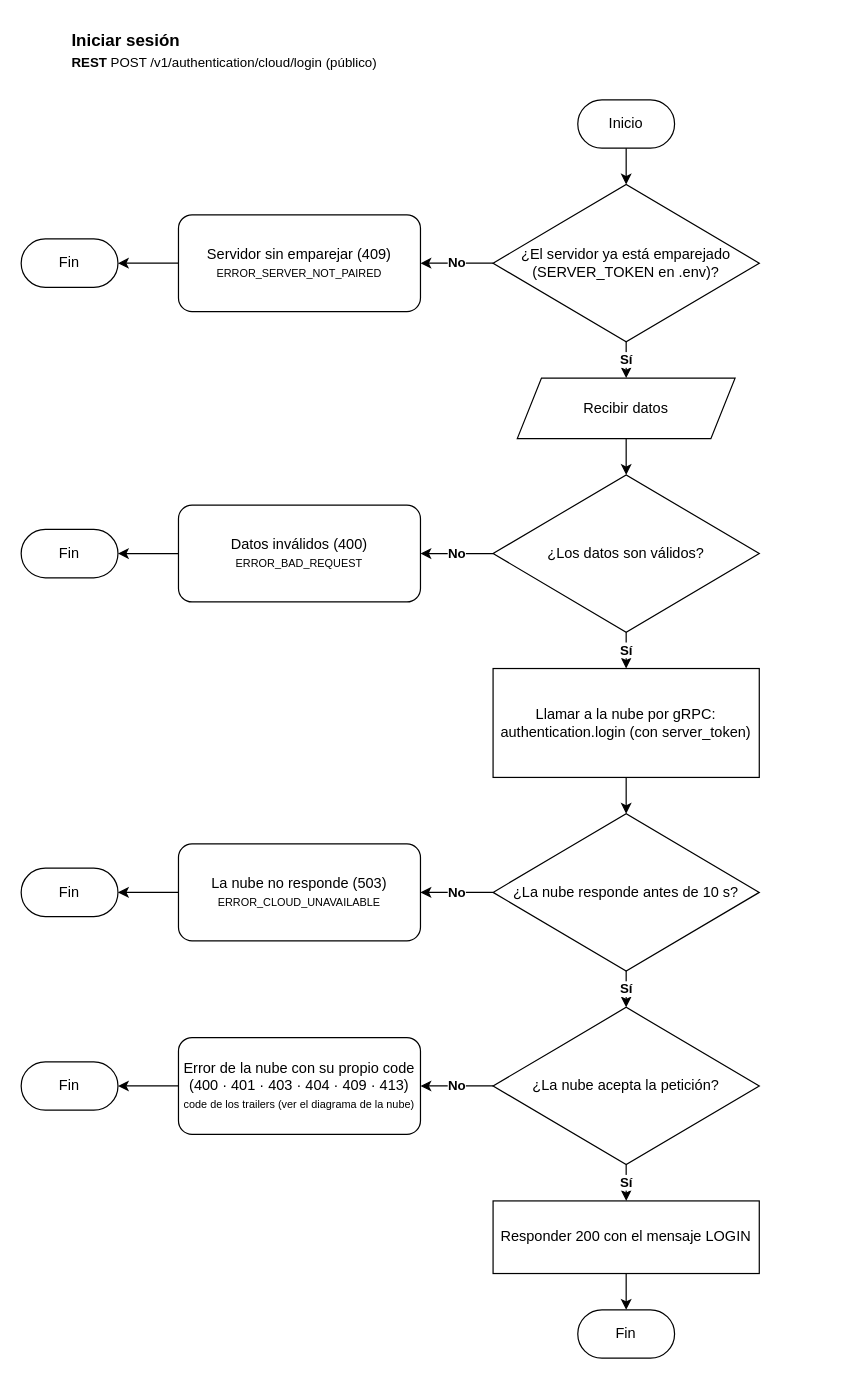
Earlier version of the draw.io diagram documents/diagrams/workflows/authentication/cloud/login.drawio (Andry510/miyabi-restaurant-server). Source tidied: cells renumbered, new cells numbered last; positions are measured from the earlier drawing's top-left corner, leaving out a move shared by most shapes. Both pictures are drawn from the tidied source at 121%, with x=0, y=0 at pixel (21, 21).
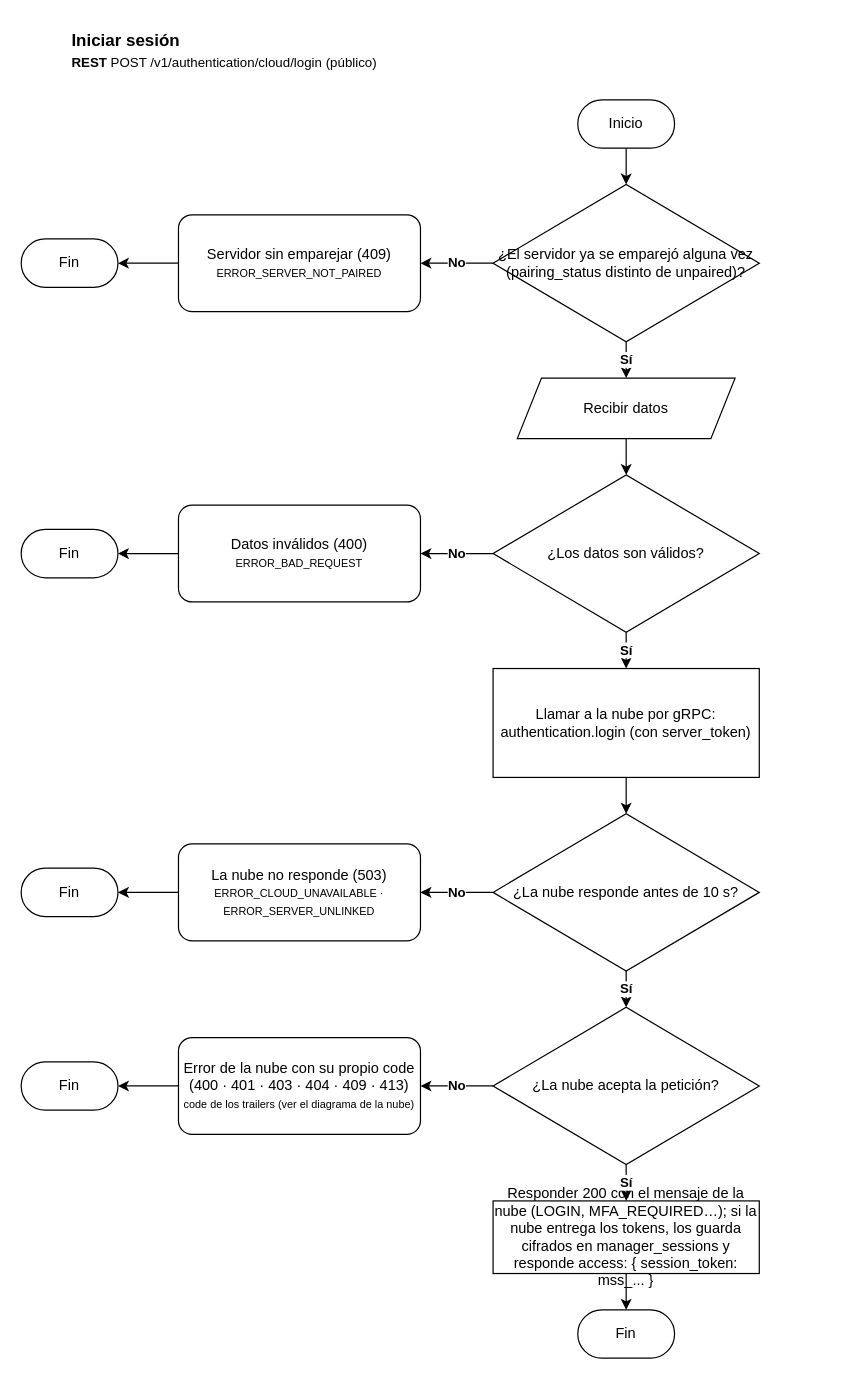
After the change.

What changed in the source:
```diff
@@
-    <mxCell id="4" value="¿El servidor ya está emparejado (SERVER_TOKEN en .env)?" style="rhombus;whiteSpace=wrap;html=1;rounded=1;arcSize=0;" parent="1" vertex="1">
+    <mxCell id="4" value="¿El servidor ya se emparejó alguna vez (pairing_status distinto de unpaired)?" style="rhombus;whiteSpace=wrap;html=1;rounded=1;arcSize=0;" parent="1" vertex="1">
       <mxGeometry x="390" y="135" width="220" height="130" as="geometry" />
     </mxCell>
@@
-    <mxCell id="22" value="La nube no responde (503)&lt;br&gt;&lt;font style=&quot;font-size: 9px;&quot;&gt;ERROR_CLOUD_UNAVAILABLE&lt;/font&gt;" style="rounded=1;whiteSpace=wrap;html=1;arcSize=14;" parent="1" vertex="1">
+    <mxCell id="22" value="La nube no responde (503)&lt;br&gt;&lt;font style=&quot;font-size: 9px;&quot;&gt;ERROR_CLOUD_UNAVAILABLE · ERROR_SERVER_UNLINKED&lt;/font&gt;" style="rounded=1;whiteSpace=wrap;html=1;arcSize=14;" parent="1" vertex="1">
       <mxGeometry x="130" y="680" width="200" height="80" as="geometry" />
     </mxCell>
@@
-    <mxCell id="32" value="Responder 200 con el mensaje LOGIN" style="rounded=0;whiteSpace=wrap;html=1;" parent="1" vertex="1">
+    <mxCell id="32" value="Responder 200 con el mensaje de la nube (LOGIN, MFA_REQUIRED…); si la nube entrega los tokens, los guarda cifrados en manager_sessions y responde access: { session_token: mss_... }" style="rounded=0;whiteSpace=wrap;html=1;" parent="1" vertex="1">
       <mxGeometry x="390" y="975" width="220" height="60" as="geometry" />
     </mxCell>
```
